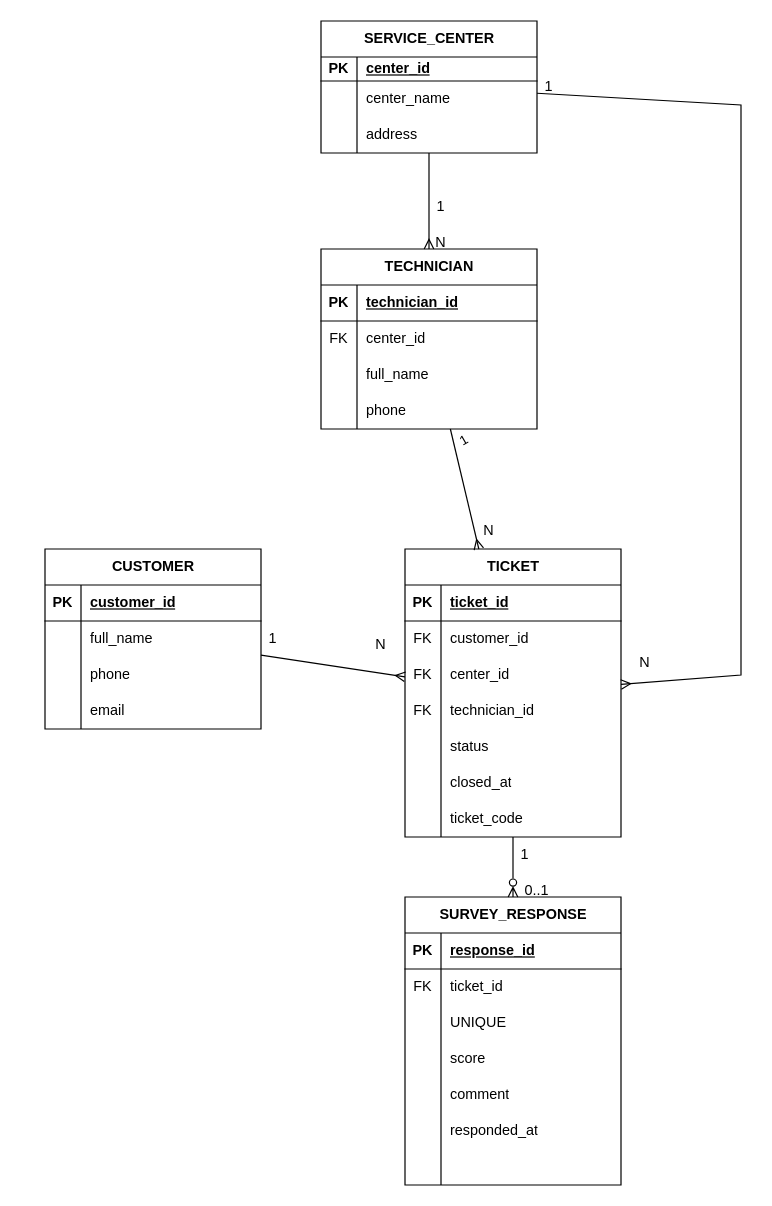
Above: docs/ERD.drawio in VanToan276/cdtn1-dinhvantoan-l8 (draw.io), before the change. Source tidied: cells renumbered, new cells numbered last; positions are measured from the earlier drawing's top-left corner, leaving out a move shared by most shapes. Both pictures are drawn from the tidied source at 120%, with x=0, y=0 at pixel (44, 20).
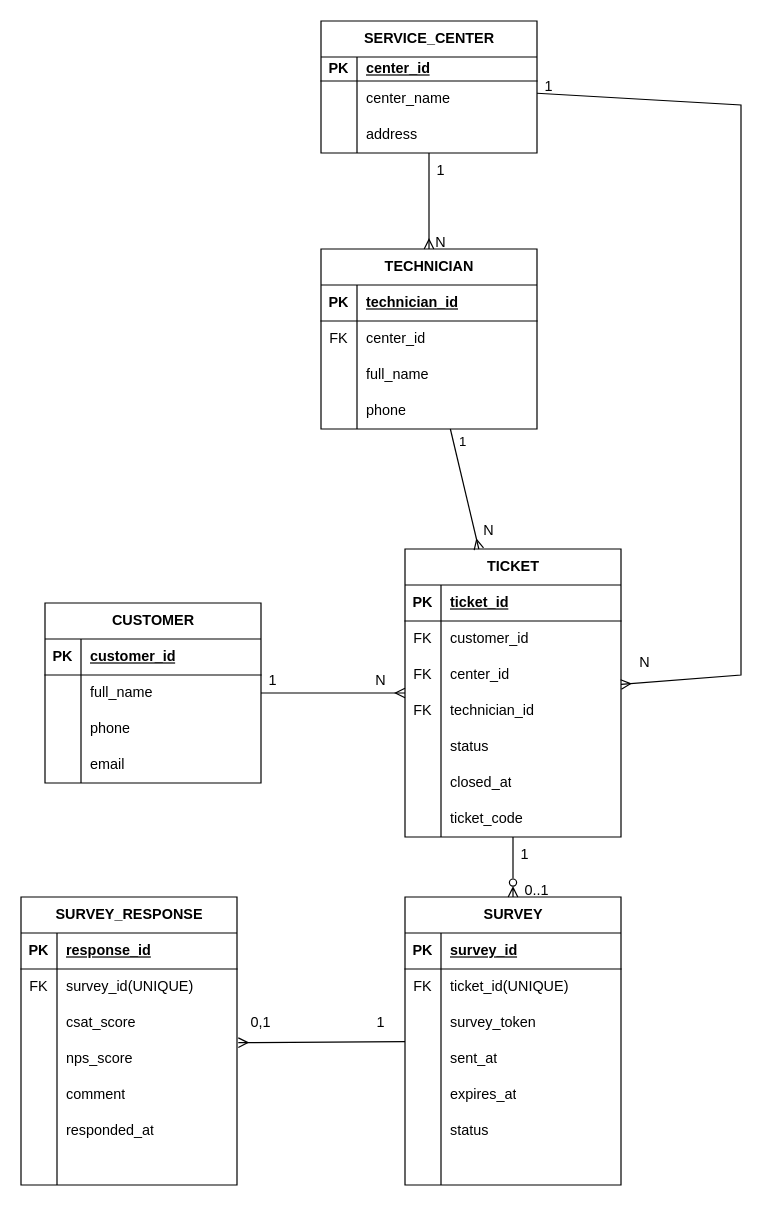
After the change.

The change refers to these unchanged cells:
```xml
<mxCell id="61" style="shape=tableRow;horizontal=0;startSize=0;swimlaneHead=0;swimlaneBody=0;fillColor=none;top=0;left=0;right=0;bottom=1;" parent="60" vertex="1">
  <mxGeometry y="30" width="180" height="30" as="geometry" />
</mxCell>
<mxCell id="64" style="shape=tableRow;horizontal=0;startSize=0;swimlaneHead=0;swimlaneBody=0;fillColor=none;top=0;left=0;right=0;bottom=0;" parent="60" vertex="1">
  <mxGeometry y="60" width="180" height="30" as="geometry" />
</mxCell>
<mxCell id="67" style="shape=tableRow;horizontal=0;startSize=0;swimlaneHead=0;swimlaneBody=0;fillColor=none;top=0;left=0;right=0;bottom=0;" parent="60" vertex="1">
  <mxGeometry y="90" width="180" height="30" as="geometry" />
</mxCell>
<mxCell id="70" style="shape=tableRow;horizontal=0;startSize=0;swimlaneHead=0;swimlaneBody=0;fillColor=none;top=0;left=0;right=0;bottom=0;" parent="60" vertex="1">
  <mxGeometry y="120" width="180" height="30" as="geometry" />
</mxCell>
<mxCell id="73" style="shape=tableRow;horizontal=0;startSize=0;swimlaneHead=0;swimlaneBody=0;fillColor=none;top=0;left=0;right=0;bottom=0;" parent="60" vertex="1">
  <mxGeometry y="150" width="180" height="30" as="geometry" />
</mxCell>
<mxCell id="76" style="shape=tableRow;horizontal=0;startSize=0;swimlaneHead=0;swimlaneBody=0;fillColor=none;top=0;left=0;right=0;bottom=0;" parent="60" vertex="1">
  <mxGeometry y="180" width="180" height="30" as="geometry" />
</mxCell>
<mxCell id="82" style="endArrow=ERmany;html=1;rounded=0;endFill=0;" parent="1" edge="1" source="12" target="38">
  <mxGeometry relative="1" as="geometry" />
</mxCell>
```

What changed in the source:
```diff
@@
     <mxCell id="25" value="CUSTOMER     " style="shape=table;startSize=30;childLayout=tableLayout;rowLines=0;fontStyle=1;align=center;html=1;" parent="1" vertex="1">
-      <mxGeometry y="440" width="180" height="150" as="geometry" />
+      <mxGeometry y="485" width="180" height="150" as="geometry" />
     </mxCell>
@@
-    <mxCell id="60" value="SURVEY_RESPONSE  " style="shape=table;startSize=30;childLayout=tableLayout;rowLines=0;fontStyle=1;align=center;html=1;" parent="1" vertex="1">
+    <mxCell id="60" value="SURVEY" style="shape=table;startSize=30;childLayout=tableLayout;rowLines=0;fontStyle=1;align=center;html=1;" parent="1" vertex="1">
       <mxGeometry x="300" y="730" width="180" height="240" as="geometry" />
     </mxCell>
@@
-    <mxCell id="63" value="response_id" style="shape=partialRectangle;fillColor=none;top=0;left=0;bottom=0;right=0;align=left;spacingLeft=6;fontStyle=5;overflow=hidden;whiteSpace=wrap;html=1;" parent="61" vertex="1">
+    <mxCell id="63" value="survey_id" style="shape=partialRectangle;fillColor=none;top=0;left=0;bottom=0;right=0;align=left;spacingLeft=6;fontStyle=5;overflow=hidden;whiteSpace=wrap;html=1;" parent="61" vertex="1">
       <mxGeometry x="30" width="150" height="30" as="geometry" />
     </mxCell>
@@
-    <mxCell id="66" value="ticket_id&lt;span style=&quot;white-space: pre;&quot;&gt;&#9;&lt;/span&gt;   " style="shape=partialRectangle;fillColor=none;top=0;left=0;bottom=0;right=0;align=left;spacingLeft=6;overflow=hidden;whiteSpace=wrap;html=1;" parent="64" vertex="1">
+    <mxCell id="66" value="ticket_id(UNIQUE)" style="shape=partialRectangle;fillColor=none;top=0;left=0;bottom=0;right=0;align=left;spacingLeft=6;overflow=hidden;whiteSpace=wrap;html=1;" parent="64" vertex="1">
       <mxGeometry x="30" width="150" height="30" as="geometry" />
     </mxCell>
@@
-    <mxCell id="69" value="UNIQUE " style="shape=partialRectangle;fillColor=none;top=0;left=0;bottom=0;right=0;align=left;spacingLeft=6;overflow=hidden;whiteSpace=wrap;html=1;" parent="67" vertex="1">
+    <mxCell id="69" value="survey_token" style="shape=partialRectangle;fillColor=none;top=0;left=0;bottom=0;right=0;align=left;spacingLeft=6;overflow=hidden;whiteSpace=wrap;html=1;" parent="67" vertex="1">
       <mxGeometry x="30" width="150" height="30" as="geometry" />
     </mxCell>
@@
-    <mxCell id="72" value="&lt;span&gt;score&amp;nbsp;&lt;/span&gt;" style="shape=partialRectangle;fillColor=none;top=0;left=0;bottom=0;right=0;align=left;spacingLeft=6;overflow=hidden;whiteSpace=wrap;html=1;" parent="70" vertex="1">
+    <mxCell id="72" value="&lt;span&gt;sent_at&lt;/span&gt;" style="shape=partialRectangle;fillColor=none;top=0;left=0;bottom=0;right=0;align=left;spacingLeft=6;overflow=hidden;whiteSpace=wrap;html=1;" parent="70" vertex="1">
       <mxGeometry x="30" width="150" height="30" as="geometry" />
     </mxCell>
@@
-    <mxCell id="75" value="comment               " style="shape=partialRectangle;fillColor=none;top=0;left=0;bottom=0;right=0;align=left;spacingLeft=6;overflow=hidden;whiteSpace=wrap;html=1;" parent="73" vertex="1">
+    <mxCell id="75" value="expires_at" style="shape=partialRectangle;fillColor=none;top=0;left=0;bottom=0;right=0;align=left;spacingLeft=6;overflow=hidden;whiteSpace=wrap;html=1;" parent="73" vertex="1">
       <mxGeometry x="30" width="150" height="30" as="geometry" />
     </mxCell>
@@
-    <mxCell id="78" value="responded_at                 " style="shape=partialRectangle;fillColor=none;top=0;left=0;bottom=0;right=0;align=left;spacingLeft=6;overflow=hidden;whiteSpace=wrap;html=1;" parent="76" vertex="1">
+    <mxCell id="78" value="status" style="shape=partialRectangle;fillColor=none;top=0;left=0;bottom=0;right=0;align=left;spacingLeft=6;overflow=hidden;whiteSpace=wrap;html=1;" parent="76" vertex="1">
       <mxGeometry x="30" width="150" height="30" as="geometry" />
     </mxCell>
@@
-    <mxCell id="83" value="1" style="edgeLabel;html=1;align=center;verticalAlign=middle;rotation=-30;" parent="82" vertex="1">
+    <mxCell id="83" value="1" style="edgeLabel;html=1;align=center;verticalAlign=middle;rotation=0;" parent="82" vertex="1">
       <mxGeometry x="-0.32" relative="1" as="geometry">
         <mxPoint x="2" y="-24" as="offset" />
       </mxGeometry>
     </mxCell>
@@
     <mxCell id="86" value="1" style="text;html=1;whiteSpace=wrap;strokeColor=none;fillColor=none;align=center;verticalAlign=middle;rounded=0;" parent="1" vertex="1">
-      <mxGeometry x="300" y="140" width="60" height="30" as="geometry" />
+      <mxGeometry x="300" y="110" width="60" height="30" as="geometry" />
     </mxCell>
@@
     <mxCell id="92" value="1" style="text;html=1;whiteSpace=wrap;strokeColor=none;fillColor=none;align=center;verticalAlign=middle;rounded=0;" parent="1" vertex="1">
-      <mxGeometry x="160" y="500" width="60" height="30" as="geometry" />
+      <mxGeometry x="160" y="535" width="60" height="30" as="geometry" />
     </mxCell>
     <mxCell id="93" value="N" style="text;html=1;whiteSpace=wrap;strokeColor=none;fillColor=none;align=center;verticalAlign=middle;rounded=0;" parent="1" vertex="1">
-      <mxGeometry x="250" y="505" width="60" height="30" as="geometry" />
+      <mxGeometry x="250" y="535" width="60" height="30" as="geometry" />
     </mxCell>
@@
+    <mxCell id="97" value="SURVEY_RESPONSE  " style="shape=table;startSize=30;childLayout=tableLayout;rowLines=0;fontStyle=1;align=center;html=1;" parent="1" vertex="1">
+      <mxGeometry x="-20" y="730" width="180" height="240" as="geometry" />
+    </mxCell>
+    <mxCell id="98" style="shape=tableRow;horizontal=0;startSize=0;swimlaneHead=0;swimlaneBody=0;fillColor=none;top=0;left=0;right=0;bottom=1;" parent="97" vertex="1">
+      <mxGeometry y="30" width="180" height="30" as="geometry" />
+    </mxCell>
+    <mxCell id="99" value="PK" style="shape=partialRectangle;fillColor=none;top=0;left=0;bottom=0;right=0;fontStyle=1;overflow=hidden;whiteSpace=wrap;html=1;" parent="98" vertex="1">
+      <mxGeometry width="30" height="30" as="geometry" />
+    </mxCell>
+    <mxCell id="100" value="response_id" style="shape=partialRectangle;fillColor=none;top=0;left=0;bottom=0;right=0;align=left;spacingLeft=6;fontStyle=5;overflow=hidden;whiteSpace=wrap;html=1;" parent="98" vertex="1">
+      <mxGeometry x="30" width="150" height="30" as="geometry" />
+    </mxCell>
+    <mxCell id="101" style="shape=tableRow;horizontal=0;startSize=0;swimlaneHead=0;swimlaneBody=0;fillColor=none;top=0;left=0;right=0;bottom=0;" parent="97" vertex="1">
+      <mxGeometry y="60" width="180" height="30" as="geometry" />
+    </mxCell>
+    <mxCell id="102" value="FK" style="shape=partialRectangle;fillColor=none;top=0;left=0;bottom=0;right=0;overflow=hidden;whiteSpace=wrap;html=1;" parent="101" vertex="1">
+      <mxGeometry width="30" height="30" as="geometry" />
+    </mxCell>
+    <mxCell id="103" value="survey_id(UNIQUE)" style="shape=partialRectangle;fillColor=none;top=0;left=0;bottom=0;right=0;align=left;spacingLeft=6;overflow=hidden;whiteSpace=wrap;html=1;" parent="101" vertex="1">
+      <mxGeometry x="30" width="150" height="30" as="geometry" />
+    </mxCell>
+    <mxCell id="104" style="shape=tableRow;horizontal=0;startSize=0;swimlaneHead=0;swimlaneBody=0;fillColor=none;top=0;left=0;right=0;bottom=0;" parent="97" vertex="1">
+      <mxGeometry y="90" width="180" height="30" as="geometry" />
+    </mxCell>
+    <mxCell id="105" style="shape=partialRectangle;fillColor=none;top=0;left=0;bottom=0;right=0;overflow=hidden;whiteSpace=wrap;html=1;" parent="104" vertex="1">
+      <mxGeometry width="30" height="30" as="geometry" />
+    </mxCell>
+    <mxCell id="106" value="csat_score" style="shape=partialRectangle;fillColor=none;top=0;left=0;bottom=0;right=0;align=left;spacingLeft=6;overflow=hidden;whiteSpace=wrap;html=1;" parent="104" vertex="1">
+      <mxGeometry x="30" width="150" height="30" as="geometry" />
+    </mxCell>
+    <mxCell id="107" style="shape=tableRow;horizontal=0;startSize=0;swimlaneHead=0;swimlaneBody=0;fillColor=none;points=[[0,0.5],[1,0.5]];portConstraint=eastwest;top=0;left=0;right=0;bottom=0;" parent="97" vertex="1">
+      <mxGeometry y="120" width="180" height="30" as="geometry" />
+    </mxCell>
+    <mxCell id="108" style="shape=partialRectangle;fillColor=none;top=0;left=0;bottom=0;right=0;overflow=hidden;whiteSpace=wrap;html=1;" parent="107" vertex="1">
+      <mxGeometry width="30" height="30" as="geometry" />
+    </mxCell>
+    <mxCell id="109" value="&lt;span&gt;nps_score&lt;/span&gt;" style="shape=partialRectangle;fillColor=none;top=0;left=0;bottom=0;right=0;align=left;spacingLeft=6;overflow=hidden;whiteSpace=wrap;html=1;" parent="107" vertex="1">
+      <mxGeometry x="30" width="150" height="30" as="geometry" />
+    </mxCell>
+    <mxCell id="110" style="shape=tableRow;horizontal=0;startSize=0;swimlaneHead=0;swimlaneBody=0;fillColor=none;top=0;left=0;right=0;bottom=0;" parent="97" vertex="1">
+      <mxGeometry y="150" width="180" height="30" as="geometry" />
+    </mxCell>
+    <mxCell id="111" style="shape=partialRectangle;fillColor=none;top=0;left=0;bottom=0;right=0;overflow=hidden;whiteSpace=wrap;html=1;" parent="110" vertex="1">
+      <mxGeometry width="30" height="30" as="geometry" />
+    </mxCell>
+    <mxCell id="112" value="comment               " style="shape=partialRectangle;fillColor=none;top=0;left=0;bottom=0;right=0;align=left;spacingLeft=6;overflow=hidden;whiteSpace=wrap;html=1;" parent="110" vertex="1">
+      <mxGeometry x="30" width="150" height="30" as="geometry" />
+    </mxCell>
+    <mxCell id="113" style="shape=tableRow;horizontal=0;startSize=0;swimlaneHead=0;swimlaneBody=0;fillColor=none;top=0;left=0;right=0;bottom=0;" parent="97" vertex="1">
+      <mxGeometry y="180" width="180" height="30" as="geometry" />
+    </mxCell>
+    <mxCell id="114" style="shape=partialRectangle;fillColor=none;top=0;left=0;bottom=0;right=0;overflow=hidden;whiteSpace=wrap;html=1;" parent="113" vertex="1">
+      <mxGeometry width="30" height="30" as="geometry" />
+    </mxCell>
+    <mxCell id="115" value="responded_at                 " style="shape=partialRectangle;fillColor=none;top=0;left=0;bottom=0;right=0;align=left;spacingLeft=6;overflow=hidden;whiteSpace=wrap;html=1;" parent="113" vertex="1">
+      <mxGeometry x="30" width="150" height="30" as="geometry" />
+    </mxCell>
+    <mxCell id="116" style="shape=tableRow;horizontal=0;startSize=0;swimlaneHead=0;swimlaneBody=0;fillColor=none;top=0;left=0;right=0;bottom=0;" parent="97" vertex="1">
+      <mxGeometry y="210" width="180" height="30" as="geometry" />
+    </mxCell>
+    <mxCell id="117" style="shape=partialRectangle;fillColor=none;top=0;left=0;bottom=0;right=0;overflow=hidden;whiteSpace=wrap;html=1;" parent="116" vertex="1">
+      <mxGeometry width="30" height="30" as="geometry" />
+    </mxCell>
+    <mxCell id="118" style="shape=partialRectangle;fillColor=none;top=0;left=0;bottom=0;right=0;align=left;spacingLeft=6;overflow=hidden;whiteSpace=wrap;html=1;" parent="116" vertex="1">
+      <mxGeometry x="30" width="150" height="30" as="geometry" />
+    </mxCell>
+    <mxCell id="119" style="endArrow=none;html=1;rounded=0;startArrow=ERmany;startFill=0;exitX=1.006;exitY=0.046;exitDx=0;exitDy=0;exitPerimeter=0;" parent="1" edge="1" source="107" target="60">
+      <mxGeometry relative="1" as="geometry" />
+    </mxCell>
+    <mxCell id="120" value="1" style="text;html=1;whiteSpace=wrap;strokeColor=none;fillColor=none;align=center;verticalAlign=middle;rounded=0;" parent="1" vertex="1">
+      <mxGeometry x="250" y="820" width="60" height="30" as="geometry" />
+    </mxCell>
+    <mxCell id="121" value="0,1" style="text;html=1;whiteSpace=wrap;strokeColor=none;fillColor=none;align=center;verticalAlign=middle;rounded=0;" parent="1" vertex="1">
+      <mxGeometry x="150" y="820" width="60" height="30" as="geometry" />
+    </mxCell>
```
